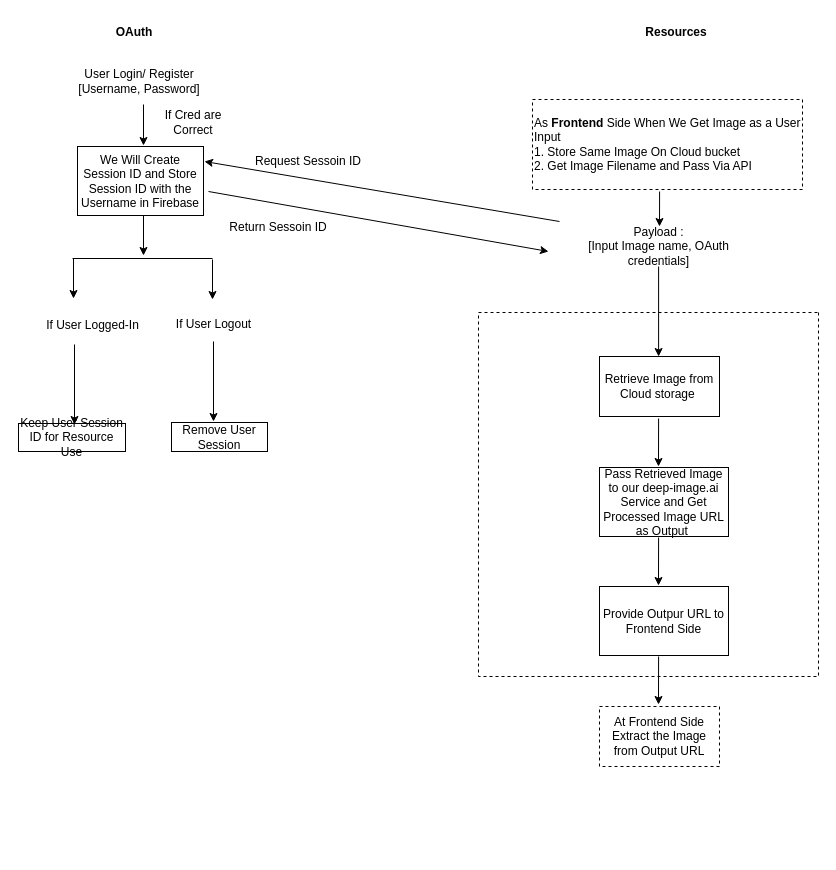
The draw.io diagram photo_up_basic_flow.drawio in rushikesh-mallanath/draw, before the edit. Source tidied: cells renumbered, new cells numbered last; positions are measured from the earlier drawing's top-left corner, leaving out a move shared by most shapes. Both pictures are drawn from the tidied source at 100%, with x=0, y=0 at pixel (18, 17).
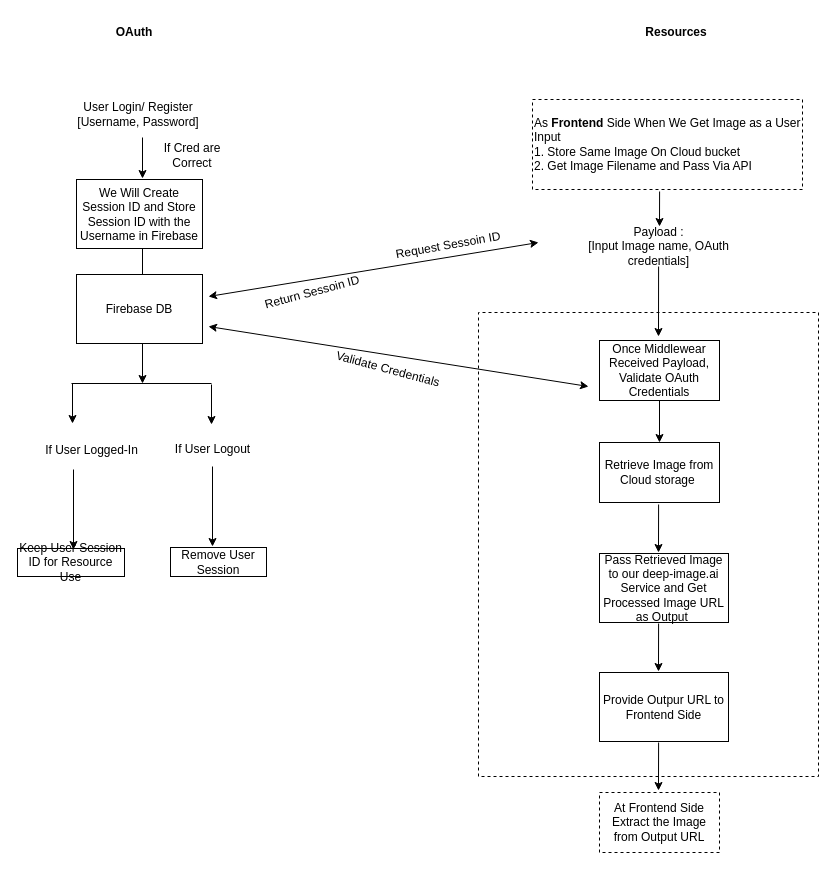
Above is the later version.

Change to the diagram source:
```diff
@@
     <mxCell id="2" style="rounded=0;whiteSpace=wrap;html=1;direction=south;dashed=1;" parent="1" vertex="1">
-      <mxGeometry x="460" y="295" width="340" height="364" as="geometry" />
+      <mxGeometry x="460" y="295" width="340" height="464" as="geometry" />
     </mxCell>
@@
     <mxCell id="4" style="endArrow=classic;html=1;rounded=0;" parent="1" edge="1">
       <mxGeometry relative="1" as="geometry">
         <mxPoint x="640.1" y="249" as="sourcePoint" />
-        <mxPoint x="640.1" y="339" as="targetPoint" />
+        <mxPoint x="640" y="319" as="targetPoint" />
       </mxGeometry>
     </mxCell>
     <mxCell id="5" value="Retrieve Image from Cloud storage&amp;nbsp;" style="rounded=0;whiteSpace=wrap;html=1;" parent="1" vertex="1">
-      <mxGeometry x="581" y="339" width="120" height="60" as="geometry" />
+      <mxGeometry x="581" y="425" width="120" height="60" as="geometry" />
     </mxCell>
@@
     <mxCell id="8" style="endArrow=classic;html=1;rounded=0;" parent="1" edge="1">
       <mxGeometry relative="1" as="geometry">
-        <mxPoint x="640.1" y="401" as="sourcePoint" />
-        <mxPoint x="640" y="449" as="targetPoint" />
+        <mxPoint x="640.1" y="487" as="sourcePoint" />
+        <mxPoint x="640" y="535" as="targetPoint" />
       </mxGeometry>
     </mxCell>
     <mxCell id="9" value="Pass Retrieved Image to our deep-image.ai Service and Get Processed Image URL as Output&amp;nbsp;" style="rounded=0;whiteSpace=wrap;html=1;" parent="1" vertex="1">
-      <mxGeometry x="581" y="450" width="129" height="69" as="geometry" />
+      <mxGeometry x="581" y="536" width="129" height="69" as="geometry" />
     </mxCell>
     <mxCell id="10" style="endArrow=classic;html=1;rounded=0;" parent="1" edge="1">
       <mxGeometry relative="1" as="geometry">
-        <mxPoint x="640.1" y="520" as="sourcePoint" />
-        <mxPoint x="640" y="568" as="targetPoint" />
+        <mxPoint x="640.1" y="606" as="sourcePoint" />
+        <mxPoint x="640" y="654" as="targetPoint" />
       </mxGeometry>
     </mxCell>
     <mxCell id="11" value="Provide Outpur URL to Frontend Side" style="rounded=0;whiteSpace=wrap;html=1;" parent="1" vertex="1">
-      <mxGeometry x="581" y="569" width="129" height="69" as="geometry" />
+      <mxGeometry x="581" y="655" width="129" height="69" as="geometry" />
     </mxCell>
     <mxCell id="12" style="endArrow=classic;html=1;rounded=0;" parent="1" edge="1">
       <mxGeometry relative="1" as="geometry">
-        <mxPoint x="640.1" y="639" as="sourcePoint" />
-        <mxPoint x="640" y="687" as="targetPoint" />
+        <mxPoint x="640.1" y="725" as="sourcePoint" />
+        <mxPoint x="640" y="773" as="targetPoint" />
       </mxGeometry>
     </mxCell>
     <mxCell id="13" value="At Frontend Side Extract the Image from Output URL" style="rounded=0;whiteSpace=wrap;html=1;dashed=1;" parent="1" vertex="1">
-      <mxGeometry x="581" y="689" width="120" height="60" as="geometry" />
+      <mxGeometry x="581" y="775" width="120" height="60" as="geometry" />
     </mxCell>
@@
     <mxCell id="16" value="User Login/ Register&lt;div&gt;[Username, Password]&lt;/div&gt;" style="text;html=1;align=center;verticalAlign=middle;whiteSpace=wrap;rounded=0;" parent="1" vertex="1">
-      <mxGeometry x="56" y="49" width="130" height="30" as="geometry" />
+      <mxGeometry x="55" y="82" width="130" height="30" as="geometry" />
     </mxCell>
     <mxCell id="17" style="endArrow=classic;html=1;rounded=0;" parent="1" edge="1">
       <mxGeometry relative="1" as="geometry">
-        <mxPoint x="125" y="87" as="sourcePoint" />
-        <mxPoint x="125" y="128" as="targetPoint" />
+        <mxPoint x="124" y="120" as="sourcePoint" />
+        <mxPoint x="124" y="161" as="targetPoint" />
       </mxGeometry>
     </mxCell>
     <mxCell id="18" value="If Cred are Correct" style="text;html=1;align=center;verticalAlign=middle;whiteSpace=wrap;rounded=0;" parent="1" vertex="1">
-      <mxGeometry x="125" y="90" width="100" height="30" as="geometry" />
+      <mxGeometry x="124" y="123" width="100" height="30" as="geometry" />
     </mxCell>
     <mxCell id="19" value="We Will Create Session ID and Store Session ID with the Username in Firebase" style="rounded=0;whiteSpace=wrap;html=1;" parent="1" vertex="1">
-      <mxGeometry x="59" y="129" width="126" height="69" as="geometry" />
+      <mxGeometry x="58" y="162" width="126" height="69" as="geometry" />
     </mxCell>
     <mxCell id="20" style="endArrow=classic;html=1;rounded=0;" parent="1" edge="1">
       <mxGeometry relative="1" as="geometry">
-        <mxPoint x="125" y="198" as="sourcePoint" />
-        <mxPoint x="125" y="238" as="targetPoint" />
+        <mxPoint x="124" y="231" as="sourcePoint" />
+        <mxPoint x="124" y="271" as="targetPoint" />
       </mxGeometry>
     </mxCell>
     <mxCell id="21" style="endArrow=none;html=1;rounded=0;" parent="1" edge="1">
       <mxGeometry relative="1" as="geometry">
-        <mxPoint x="54" y="241" as="sourcePoint" />
-        <mxPoint x="194" y="241" as="targetPoint" />
+        <mxPoint x="53" y="366" as="sourcePoint" />
+        <mxPoint x="193" y="366" as="targetPoint" />
       </mxGeometry>
     </mxCell>
     <mxCell id="22" style="endArrow=classic;html=1;rounded=0;" parent="1" edge="1">
       <mxGeometry relative="1" as="geometry">
-        <mxPoint x="55" y="241" as="sourcePoint" />
-        <mxPoint x="55" y="281" as="targetPoint" />
+        <mxPoint x="54" y="366" as="sourcePoint" />
+        <mxPoint x="54" y="406" as="targetPoint" />
       </mxGeometry>
     </mxCell>
     <mxCell id="23" style="endArrow=classic;html=1;rounded=0;" parent="1" edge="1">
       <mxGeometry relative="1" as="geometry">
-        <mxPoint x="194" y="242" as="sourcePoint" />
-        <mxPoint x="194" y="282" as="targetPoint" />
+        <mxPoint x="193" y="367" as="sourcePoint" />
+        <mxPoint x="193" y="407" as="targetPoint" />
       </mxGeometry>
     </mxCell>
-    <mxCell id="24" style="endArrow=classic;html=1;rounded=0;" parent="1" edge="1">
-      <mxGeometry relative="1" as="geometry">
-        <mxPoint x="190" y="174" as="sourcePoint" />
-        <mxPoint x="530" y="234" as="targetPoint" />
-      </mxGeometry>
-    </mxCell>
-    <mxCell id="25" style="endArrow=classic;html=1;rounded=0;entryX=1.008;entryY=0.362;entryDx=0;entryDy=0;entryPerimeter=0;exitX=0;exitY=0;exitDx=0;exitDy=0;" parent="1" edge="1">
-      <mxGeometry relative="1" as="geometry">
-        <mxPoint x="541" y="204" as="sourcePoint" />
-        <mxPoint x="186" y="144" as="targetPoint" />
-      </mxGeometry>
-    </mxCell>
-    <mxCell id="26" value="Return Sessoin ID" style="text;html=1;align=center;verticalAlign=middle;whiteSpace=wrap;rounded=0;rotation=0;" parent="1" vertex="1">
-      <mxGeometry x="190" y="194" width="140" height="31" as="geometry" />
+    <mxCell id="26" value="Return Sessoin ID" style="text;html=1;align=center;verticalAlign=middle;whiteSpace=wrap;rounded=0;rotation=-15;" parent="1" vertex="1">
+      <mxGeometry x="224" y="259" width="140" height="31" as="geometry" />
     </mxCell>
     <mxCell id="27" value="If User Logout" style="text;html=1;align=center;verticalAlign=middle;whiteSpace=wrap;rounded=0;" parent="1" vertex="1">
-      <mxGeometry x="148" y="292" width="95" height="30" as="geometry" />
+      <mxGeometry x="147" y="417" width="95" height="30" as="geometry" />
     </mxCell>
     <mxCell id="28" value="If User Logged-In" style="text;html=1;align=center;verticalAlign=middle;whiteSpace=wrap;rounded=0;" parent="1" vertex="1">
-      <mxGeometry x="27" y="293" width="95" height="30" as="geometry" />
+      <mxGeometry x="26" y="418" width="95" height="30" as="geometry" />
     </mxCell>
     <mxCell id="29" style="endArrow=classic;html=1;rounded=0;" parent="1" edge="1">
       <mxGeometry relative="1" as="geometry">
-        <mxPoint x="56" y="327" as="sourcePoint" />
-        <mxPoint x="56" y="407" as="targetPoint" />
+        <mxPoint x="55" y="452" as="sourcePoint" />
+        <mxPoint x="55" y="532" as="targetPoint" />
       </mxGeometry>
     </mxCell>
     <mxCell id="30" style="endArrow=classic;html=1;rounded=0;" parent="1" edge="1">
       <mxGeometry relative="1" as="geometry">
-        <mxPoint x="195" y="324" as="sourcePoint" />
-        <mxPoint x="195" y="404" as="targetPoint" />
+        <mxPoint x="194" y="449" as="sourcePoint" />
+        <mxPoint x="194" y="529" as="targetPoint" />
       </mxGeometry>
     </mxCell>
     <mxCell id="31" value="Remove User Session" style="rounded=0;whiteSpace=wrap;html=1;" parent="1" vertex="1">
-      <mxGeometry x="153" y="405" width="96" height="29" as="geometry" />
+      <mxGeometry x="152" y="530" width="96" height="29" as="geometry" />
     </mxCell>
     <mxCell id="32" value="Keep User Session ID for Resource Use" style="rounded=0;whiteSpace=wrap;html=1;" parent="1" vertex="1">
-      <mxGeometry y="406" width="107" height="28" as="geometry" />
+      <mxGeometry x="-1" y="531" width="107" height="28" as="geometry" />
     </mxCell>
-    <mxCell id="33" value="Request Sessoin ID" style="text;html=1;align=center;verticalAlign=middle;whiteSpace=wrap;rounded=0;rotation=0;" parent="1" vertex="1">
-      <mxGeometry x="220" y="128" width="140" height="31" as="geometry" />
+    <mxCell id="33" value="Request Sessoin ID" style="text;html=1;align=center;verticalAlign=middle;whiteSpace=wrap;rounded=0;rotation=-10;" parent="1" vertex="1">
+      <mxGeometry x="360" y="212" width="140" height="31" as="geometry" />
     </mxCell>
+    <mxCell id="34" style="edgeStyle=orthogonalEdgeStyle;rounded=0;jettySize=auto;html=1;" parent="1" edge="1" source="35" target="5">
+      <mxGeometry relative="1" as="geometry" />
+    </mxCell>
+    <mxCell id="35" value="Once Middlewear Received Payload, Validate OAuth Credentials" style="rounded=0;whiteSpace=wrap;html=1;" parent="1" vertex="1">
+      <mxGeometry x="581" y="323" width="120" height="60" as="geometry" />
+    </mxCell>
+    <mxCell id="36" value="Firebase DB" style="rounded=0;whiteSpace=wrap;html=1;" parent="1" vertex="1">
+      <mxGeometry x="58" y="257" width="126" height="69" as="geometry" />
+    </mxCell>
+    <mxCell id="37" style="endArrow=classic;html=1;rounded=0;" parent="1" edge="1">
+      <mxGeometry relative="1" as="geometry">
+        <mxPoint x="124" y="326" as="sourcePoint" />
+        <mxPoint x="124" y="366" as="targetPoint" />
+      </mxGeometry>
+    </mxCell>
+    <mxCell id="38" style="endArrow=classic;startArrow=classic;html=1;rounded=0;" parent="1" edge="1">
+      <mxGeometry relative="1" as="geometry">
+        <mxPoint x="190" y="279" as="sourcePoint" />
+        <mxPoint x="520" y="225" as="targetPoint" />
+      </mxGeometry>
+    </mxCell>
+    <mxCell id="39" style="endArrow=classic;startArrow=classic;html=1;rounded=0;" parent="1" edge="1">
+      <mxGeometry relative="1" as="geometry">
+        <mxPoint x="190" y="309" as="sourcePoint" />
+        <mxPoint x="570" y="369" as="targetPoint" />
+      </mxGeometry>
+    </mxCell>
+    <mxCell id="40" value="Validate Credentials" style="text;html=1;align=center;verticalAlign=middle;whiteSpace=wrap;rounded=0;rotation=15;" parent="1" vertex="1">
+      <mxGeometry x="300" y="336" width="140" height="31" as="geometry" />
+    </mxCell>
```
